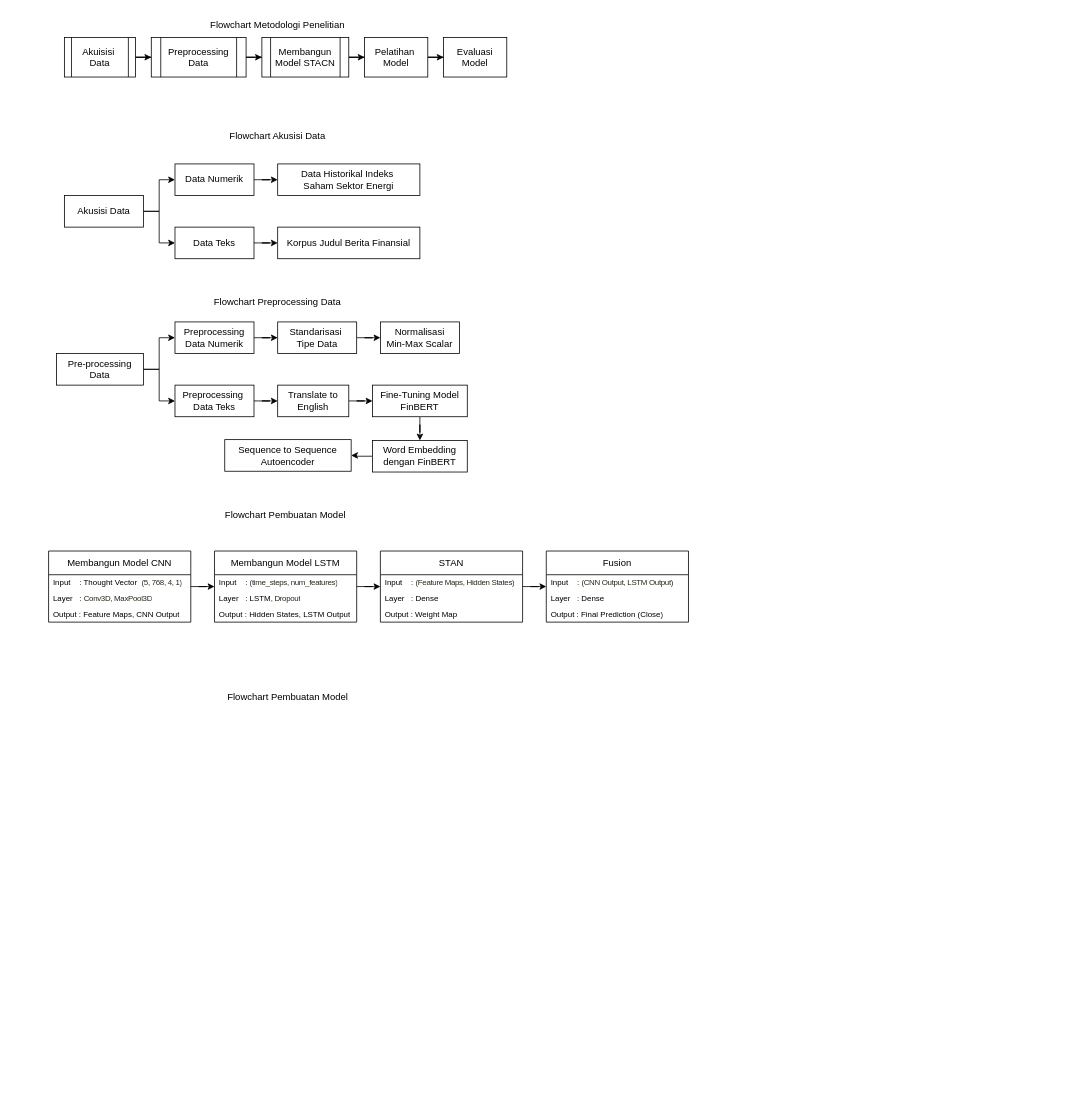
Above: Untitled Diagram.drawio in novitangrn/STACN (draw.io), before the change. Source tidied: cells renumbered, new cells numbered last; positions are measured from the earlier drawing's top-left corner, leaving out a move shared by most shapes. Both pictures are drawn from the tidied source at 79%, with x=0, y=0 at pixel (48, 13).
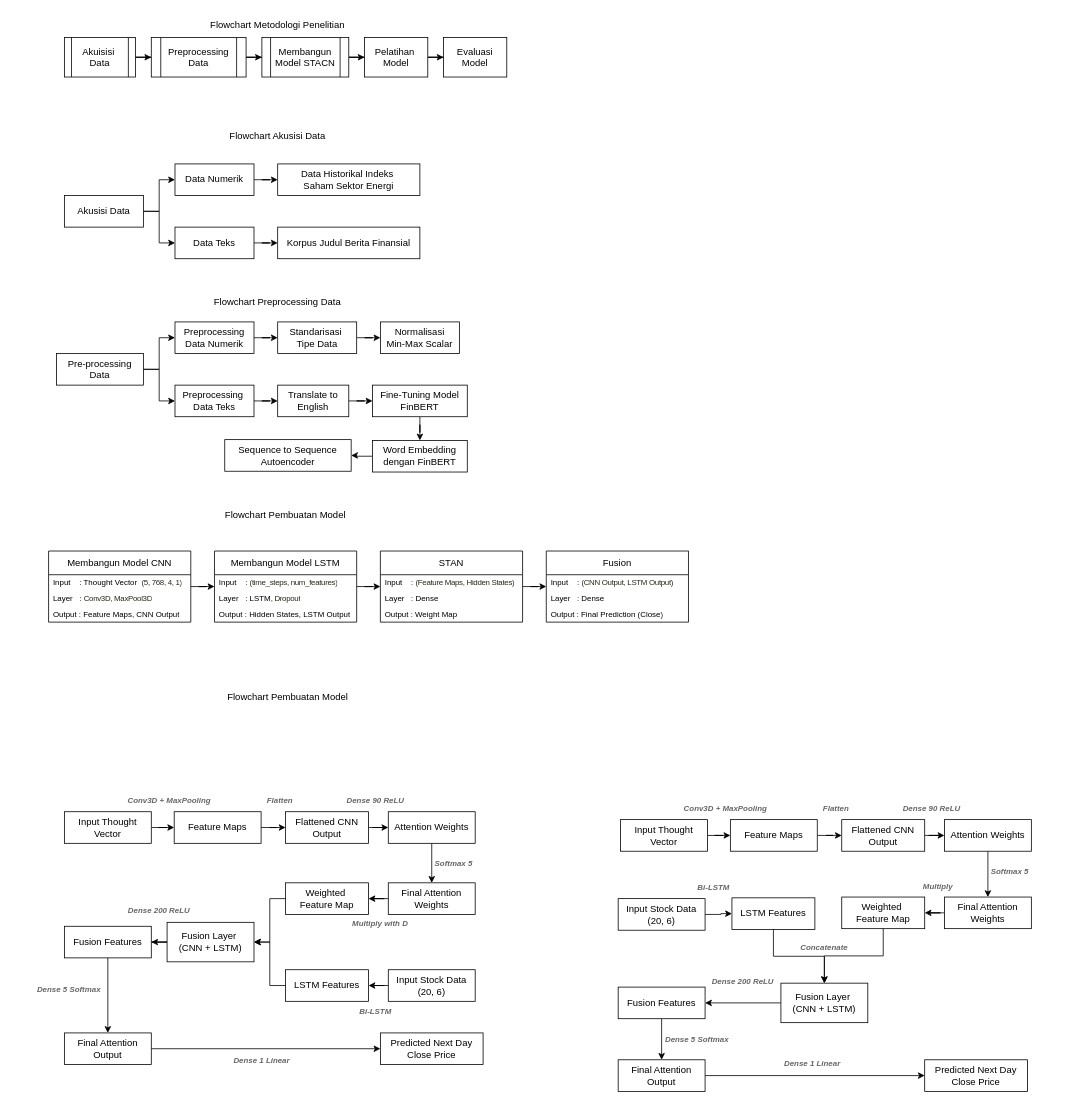
Above is the later version.

The edit, as a diff of the source:
```diff
@@
+    <mxCell id="61" style="edgeStyle=orthogonalEdgeStyle;rounded=0;jettySize=auto;html=1;" parent="1" edge="1" source="62" target="64">
+      <mxGeometry relative="1" as="geometry" />
+    </mxCell>
+    <mxCell id="62" value="Input Thought Vector" style="rounded=0;whiteSpace=wrap;html=1;" parent="1" vertex="1">
+      <mxGeometry x="20" y="1010" width="110" height="40" as="geometry" />
+    </mxCell>
+    <mxCell id="63" style="edgeStyle=orthogonalEdgeStyle;rounded=0;jettySize=auto;html=1;" parent="1" edge="1" source="64" target="66">
+      <mxGeometry relative="1" as="geometry" />
+    </mxCell>
+    <mxCell id="64" value="Feature Maps" style="rounded=0;whiteSpace=wrap;html=1;" parent="1" vertex="1">
+      <mxGeometry x="159" y="1010" width="110" height="40" as="geometry" />
+    </mxCell>
+    <mxCell id="65" style="edgeStyle=orthogonalEdgeStyle;rounded=0;jettySize=auto;html=1;" parent="1" edge="1" source="66" target="68">
+      <mxGeometry relative="1" as="geometry" />
+    </mxCell>
+    <mxCell id="66" value="Flattened CNN Output" style="rounded=0;whiteSpace=wrap;html=1;" parent="1" vertex="1">
+      <mxGeometry x="300" y="1010" width="105" height="40" as="geometry" />
+    </mxCell>
+    <mxCell id="67" style="edgeStyle=orthogonalEdgeStyle;rounded=0;jettySize=auto;html=1;" parent="1" edge="1" source="68" target="70">
+      <mxGeometry relative="1" as="geometry" />
+    </mxCell>
+    <mxCell id="68" value="Attention Weights" style="rounded=0;whiteSpace=wrap;html=1;" parent="1" vertex="1">
+      <mxGeometry x="430" y="1010" width="110" height="40" as="geometry" />
+    </mxCell>
+    <mxCell id="69" style="edgeStyle=orthogonalEdgeStyle;rounded=0;jettySize=auto;html=1;" parent="1" edge="1" source="70" target="71">
+      <mxGeometry relative="1" as="geometry" />
+    </mxCell>
+    <mxCell id="70" value="Final Attention Weights" style="rounded=0;whiteSpace=wrap;html=1;" parent="1" vertex="1">
+      <mxGeometry x="430" y="1100" width="110" height="40" as="geometry" />
+    </mxCell>
+    <mxCell id="71" value="Weighted&amp;nbsp;&lt;div&gt;Feature Map&lt;/div&gt;" style="rounded=0;whiteSpace=wrap;html=1;" parent="1" vertex="1">
+      <mxGeometry x="300" y="1100" width="105" height="40" as="geometry" />
+    </mxCell>
+    <mxCell id="72" style="edgeStyle=orthogonalEdgeStyle;rounded=0;jettySize=auto;html=1;" parent="1" edge="1" source="73" target="74">
+      <mxGeometry relative="1" as="geometry" />
+    </mxCell>
+    <mxCell id="73" value="Input Stock Data (20, 6)" style="rounded=0;whiteSpace=wrap;html=1;" parent="1" vertex="1">
+      <mxGeometry x="430" y="1210" width="110" height="40" as="geometry" />
+    </mxCell>
+    <mxCell id="74" value="LSTM Features" style="rounded=0;whiteSpace=wrap;html=1;" parent="1" vertex="1">
+      <mxGeometry x="300" y="1210" width="105" height="40" as="geometry" />
+    </mxCell>
+    <mxCell id="75" style="edgeStyle=orthogonalEdgeStyle;rounded=0;jettySize=auto;html=1;" parent="1" edge="1" source="76" target="78">
+      <mxGeometry relative="1" as="geometry" />
+    </mxCell>
+    <mxCell id="76" value="Fusion Layer&amp;nbsp;&lt;div&gt;(CNN + LSTM)&lt;/div&gt;" style="rounded=0;whiteSpace=wrap;html=1;" parent="1" vertex="1">
+      <mxGeometry x="150" y="1150" width="110" height="50" as="geometry" />
+    </mxCell>
+    <mxCell id="77" style="edgeStyle=orthogonalEdgeStyle;rounded=0;jettySize=auto;html=1;" parent="1" edge="1" source="78" target="80">
+      <mxGeometry relative="1" as="geometry" />
+    </mxCell>
+    <mxCell id="78" value="Fusion Features" style="rounded=0;whiteSpace=wrap;html=1;" parent="1" vertex="1">
+      <mxGeometry x="20" y="1155" width="110" height="40" as="geometry" />
+    </mxCell>
+    <mxCell id="79" style="edgeStyle=orthogonalEdgeStyle;rounded=0;jettySize=auto;html=1;" parent="1" edge="1" source="80" target="81">
+      <mxGeometry relative="1" as="geometry" />
+    </mxCell>
+    <mxCell id="80" value="Final Attention Output" style="rounded=0;whiteSpace=wrap;html=1;" parent="1" vertex="1">
+      <mxGeometry x="20" y="1290" width="110" height="40" as="geometry" />
+    </mxCell>
+    <mxCell id="81" value="Predicted Next Day Close Price" style="rounded=0;whiteSpace=wrap;html=1;" parent="1" vertex="1">
+      <mxGeometry x="420" y="1290" width="130" height="40" as="geometry" />
+    </mxCell>
+    <mxCell id="82" value="&lt;font style=&quot;color: rgb(102, 102, 102); font-size: 10px;&quot;&gt;&lt;b style=&quot;&quot;&gt;&lt;i&gt;Conv3D + MaxPooling&lt;/i&gt;&lt;/b&gt;&lt;/font&gt;" style="text;html=1;align=center;verticalAlign=middle;whiteSpace=wrap;rounded=0;" parent="1" vertex="1">
+      <mxGeometry x="83" y="980" width="140" height="30" as="geometry" />
+    </mxCell>
+    <mxCell id="83" value="&lt;font style=&quot;font-size: 10px; color: rgb(102, 102, 102);&quot;&gt;&lt;b&gt;&lt;i&gt;Flatten&lt;/i&gt;&lt;/b&gt;&lt;/font&gt;" style="text;html=1;align=center;verticalAlign=middle;whiteSpace=wrap;rounded=0;" parent="1" vertex="1">
+      <mxGeometry x="223" y="980" width="140" height="30" as="geometry" />
+    </mxCell>
+    <mxCell id="84" value="&lt;b&gt;&lt;i&gt;&lt;font style=&quot;font-size: 10px; color: light-dark(rgb(102, 102, 102), rgb(255, 255, 255));&quot;&gt;Dense 90 ReLU&lt;/font&gt;&lt;/i&gt;&lt;/b&gt;" style="text;html=1;align=center;verticalAlign=middle;whiteSpace=wrap;rounded=0;" parent="1" vertex="1">
+      <mxGeometry x="344" y="980" width="140" height="30" as="geometry" />
+    </mxCell>
+    <mxCell id="85" value="&lt;b&gt;&lt;i&gt;&lt;font style=&quot;font-size: 10px; color: rgb(102, 102, 102);&quot;&gt;Softmax 5&lt;/font&gt;&lt;/i&gt;&lt;/b&gt;" style="text;html=1;align=center;verticalAlign=middle;whiteSpace=wrap;rounded=0;" parent="1" vertex="1">
+      <mxGeometry x="443" y="1060" width="140" height="30" as="geometry" />
+    </mxCell>
+    <mxCell id="86" value="&lt;b&gt;&lt;i&gt;&lt;font style=&quot;font-size: 10px; color: rgb(102, 102, 102);&quot;&gt;Multiply with D&lt;/font&gt;&lt;/i&gt;&lt;/b&gt;" style="text;html=1;align=center;verticalAlign=middle;whiteSpace=wrap;rounded=0;" parent="1" vertex="1">
+      <mxGeometry x="350" y="1136" width="140" height="30" as="geometry" />
+    </mxCell>
+    <mxCell id="87" value="&lt;b&gt;&lt;i&gt;&lt;font style=&quot;font-size: 10px; color: rgb(102, 102, 102);&quot;&gt;Bi-LSTM&lt;/font&gt;&lt;/i&gt;&lt;/b&gt;" style="text;html=1;align=center;verticalAlign=middle;whiteSpace=wrap;rounded=0;" parent="1" vertex="1">
+      <mxGeometry x="344" y="1247" width="140" height="30" as="geometry" />
+    </mxCell>
+    <mxCell id="88" value="&lt;b&gt;&lt;i&gt;&lt;font style=&quot;font-size: 10px; color: rgb(102, 102, 102);&quot;&gt;Dense 200 ReLU&lt;/font&gt;&lt;/i&gt;&lt;/b&gt;" style="text;html=1;align=center;verticalAlign=middle;whiteSpace=wrap;rounded=0;" parent="1" vertex="1">
+      <mxGeometry x="70" y="1120" width="140" height="30" as="geometry" />
+    </mxCell>
+    <mxCell id="89" value="&lt;font style=&quot;font-size: 10px; color: rgb(102, 102, 102);&quot;&gt;&lt;b&gt;&lt;i&gt;Dense 5 Softmax&lt;/i&gt;&lt;/b&gt;&lt;/font&gt;" style="text;html=1;align=center;verticalAlign=middle;whiteSpace=wrap;rounded=0;" parent="1" vertex="1">
+      <mxGeometry x="-44" y="1220" width="140" height="30" as="geometry" />
+    </mxCell>
+    <mxCell id="90" value="&lt;b&gt;&lt;i&gt;&lt;font style=&quot;font-size: 10px; color: rgb(102, 102, 102);&quot;&gt;Dense 1 Linear&lt;/font&gt;&lt;/i&gt;&lt;/b&gt;" style="text;html=1;align=center;verticalAlign=middle;whiteSpace=wrap;rounded=0;" parent="1" vertex="1">
+      <mxGeometry x="200" y="1309" width="140" height="30" as="geometry" />
+    </mxCell>
+    <mxCell id="91" style="edgeStyle=orthogonalEdgeStyle;rounded=0;jettySize=auto;html=1;entryX=1;entryY=0.5;entryDx=0;entryDy=0;" parent="1" edge="1" source="71" target="76">
+      <mxGeometry relative="1" as="geometry">
+        <Array as="points">
+          <mxPoint x="280" y="1120" />
+          <mxPoint x="280" y="1175" />
+        </Array>
+      </mxGeometry>
+    </mxCell>
+    <mxCell id="92" style="edgeStyle=orthogonalEdgeStyle;rounded=0;jettySize=auto;html=1;entryX=1;entryY=0.5;entryDx=0;entryDy=0;exitX=0;exitY=0.5;exitDx=0;exitDy=0;" parent="1" edge="1" source="74" target="76">
+      <mxGeometry relative="1" as="geometry">
+        <Array as="points">
+          <mxPoint x="280" y="1230" />
+          <mxPoint x="280" y="1175" />
+        </Array>
+      </mxGeometry>
+    </mxCell>
+    <mxCell id="93" style="edgeStyle=orthogonalEdgeStyle;rounded=0;jettySize=auto;html=1;" parent="1" edge="1" source="94" target="96">
+      <mxGeometry relative="1" as="geometry" />
+    </mxCell>
+    <mxCell id="94" value="Input Thought Vector" style="rounded=0;whiteSpace=wrap;html=1;" parent="1" vertex="1">
+      <mxGeometry x="724" y="1020" width="110" height="40" as="geometry" />
+    </mxCell>
+    <mxCell id="95" style="edgeStyle=orthogonalEdgeStyle;rounded=0;jettySize=auto;html=1;" parent="1" edge="1" source="96" target="98">
+      <mxGeometry relative="1" as="geometry" />
+    </mxCell>
+    <mxCell id="96" value="Feature Maps" style="rounded=0;whiteSpace=wrap;html=1;" parent="1" vertex="1">
+      <mxGeometry x="863" y="1020" width="110" height="40" as="geometry" />
+    </mxCell>
+    <mxCell id="97" style="edgeStyle=orthogonalEdgeStyle;rounded=0;jettySize=auto;html=1;" parent="1" edge="1" source="98" target="100">
+      <mxGeometry relative="1" as="geometry" />
+    </mxCell>
+    <mxCell id="98" value="Flattened CNN Output" style="rounded=0;whiteSpace=wrap;html=1;" parent="1" vertex="1">
+      <mxGeometry x="1004" y="1020" width="105" height="40" as="geometry" />
+    </mxCell>
+    <mxCell id="99" style="edgeStyle=orthogonalEdgeStyle;rounded=0;jettySize=auto;html=1;" parent="1" edge="1" source="100" target="102">
+      <mxGeometry relative="1" as="geometry" />
+    </mxCell>
+    <mxCell id="100" value="Attention Weights" style="rounded=0;whiteSpace=wrap;html=1;" parent="1" vertex="1">
+      <mxGeometry x="1134" y="1020" width="110" height="40" as="geometry" />
+    </mxCell>
+    <mxCell id="101" style="edgeStyle=orthogonalEdgeStyle;rounded=0;jettySize=auto;html=1;" parent="1" edge="1" source="102" target="104">
+      <mxGeometry relative="1" as="geometry" />
+    </mxCell>
+    <mxCell id="102" value="Final Attention Weights" style="rounded=0;whiteSpace=wrap;html=1;" parent="1" vertex="1">
+      <mxGeometry x="1134" y="1118" width="110" height="40" as="geometry" />
+    </mxCell>
+    <mxCell id="103" style="edgeStyle=orthogonalEdgeStyle;rounded=0;jettySize=auto;html=1;entryX=0.5;entryY=0;entryDx=0;entryDy=0;" parent="1" edge="1" source="104" target="110">
+      <mxGeometry relative="1" as="geometry" />
+    </mxCell>
+    <mxCell id="104" value="Weighted&amp;nbsp;&lt;div&gt;Feature Map&lt;/div&gt;" style="rounded=0;whiteSpace=wrap;html=1;" parent="1" vertex="1">
+      <mxGeometry x="1004" y="1118" width="105" height="40" as="geometry" />
+    </mxCell>
+    <mxCell id="105" style="edgeStyle=orthogonalEdgeStyle;rounded=0;jettySize=auto;html=1;" parent="1" edge="1" source="106" target="108">
+      <mxGeometry relative="1" as="geometry" />
+    </mxCell>
+    <mxCell id="106" value="Input Stock Data (20, 6)" style="rounded=0;whiteSpace=wrap;html=1;" parent="1" vertex="1">
+      <mxGeometry x="721" y="1120" width="110" height="40" as="geometry" />
+    </mxCell>
+    <mxCell id="107" style="edgeStyle=orthogonalEdgeStyle;rounded=0;jettySize=auto;html=1;" parent="1" edge="1" source="108" target="110">
+      <mxGeometry relative="1" as="geometry" />
+    </mxCell>
+    <mxCell id="108" value="LSTM Features" style="rounded=0;whiteSpace=wrap;html=1;" parent="1" vertex="1">
+      <mxGeometry x="865" y="1119" width="105" height="40" as="geometry" />
+    </mxCell>
+    <mxCell id="109" style="edgeStyle=orthogonalEdgeStyle;rounded=0;jettySize=auto;html=1;" parent="1" edge="1" source="110" target="112">
+      <mxGeometry relative="1" as="geometry" />
+    </mxCell>
+    <mxCell id="110" value="Fusion Layer&amp;nbsp;&lt;div&gt;(CNN + LSTM)&lt;/div&gt;" style="rounded=0;whiteSpace=wrap;html=1;" parent="1" vertex="1">
+      <mxGeometry x="927" y="1227" width="110" height="50" as="geometry" />
+    </mxCell>
+    <mxCell id="111" style="edgeStyle=orthogonalEdgeStyle;rounded=0;jettySize=auto;html=1;" parent="1" edge="1" source="112" target="114">
+      <mxGeometry relative="1" as="geometry" />
+    </mxCell>
+    <mxCell id="112" value="Fusion Features" style="rounded=0;whiteSpace=wrap;html=1;" parent="1" vertex="1">
+      <mxGeometry x="721" y="1232" width="110" height="40" as="geometry" />
+    </mxCell>
+    <mxCell id="113" style="edgeStyle=orthogonalEdgeStyle;rounded=0;jettySize=auto;html=1;entryX=0;entryY=0.5;entryDx=0;entryDy=0;" parent="1" edge="1" source="114" target="115">
+      <mxGeometry relative="1" as="geometry" />
+    </mxCell>
+    <mxCell id="114" value="Final Attention Output" style="rounded=0;whiteSpace=wrap;html=1;" parent="1" vertex="1">
+      <mxGeometry x="721" y="1324" width="110" height="40" as="geometry" />
+    </mxCell>
+    <mxCell id="115" value="Predicted Next Day Close Price" style="rounded=0;whiteSpace=wrap;html=1;" parent="1" vertex="1">
+      <mxGeometry x="1109" y="1324" width="130" height="40" as="geometry" />
+    </mxCell>
+    <mxCell id="116" value="&lt;font style=&quot;color: rgb(102, 102, 102); font-size: 10px;&quot;&gt;&lt;b style=&quot;&quot;&gt;&lt;i&gt;Conv3D + MaxPooling&lt;/i&gt;&lt;/b&gt;&lt;/font&gt;" style="text;html=1;align=center;verticalAlign=middle;whiteSpace=wrap;rounded=0;" parent="1" vertex="1">
+      <mxGeometry x="787" y="990" width="140" height="30" as="geometry" />
+    </mxCell>
+    <mxCell id="117" value="&lt;font style=&quot;font-size: 10px; color: rgb(102, 102, 102);&quot;&gt;&lt;b&gt;&lt;i&gt;Flatten&lt;/i&gt;&lt;/b&gt;&lt;/font&gt;" style="text;html=1;align=center;verticalAlign=middle;whiteSpace=wrap;rounded=0;" parent="1" vertex="1">
+      <mxGeometry x="927" y="990" width="140" height="30" as="geometry" />
+    </mxCell>
+    <mxCell id="118" value="&lt;b&gt;&lt;i&gt;&lt;font style=&quot;font-size: 10px; color: light-dark(rgb(102, 102, 102), rgb(255, 255, 255));&quot;&gt;Dense 90 ReLU&lt;/font&gt;&lt;/i&gt;&lt;/b&gt;" style="text;html=1;align=center;verticalAlign=middle;whiteSpace=wrap;rounded=0;" parent="1" vertex="1">
+      <mxGeometry x="1048" y="990" width="140" height="30" as="geometry" />
+    </mxCell>
+    <mxCell id="119" value="&lt;b&gt;&lt;i&gt;&lt;font style=&quot;font-size: 10px; color: rgb(102, 102, 102);&quot;&gt;Softmax 5&lt;/font&gt;&lt;/i&gt;&lt;/b&gt;" style="text;html=1;align=center;verticalAlign=middle;whiteSpace=wrap;rounded=0;" parent="1" vertex="1">
+      <mxGeometry x="1147" y="1070" width="140" height="30" as="geometry" />
+    </mxCell>
+    <mxCell id="120" value="&lt;b&gt;&lt;i&gt;&lt;font style=&quot;font-size: 10px; color: rgb(102, 102, 102);&quot;&gt;Multiply&lt;/font&gt;&lt;/i&gt;&lt;/b&gt;" style="text;html=1;align=center;verticalAlign=middle;whiteSpace=wrap;rounded=0;" parent="1" vertex="1">
+      <mxGeometry x="1056" y="1089" width="140" height="30" as="geometry" />
+    </mxCell>
+    <mxCell id="121" value="&lt;b&gt;&lt;i&gt;&lt;font style=&quot;font-size: 10px; color: rgb(102, 102, 102);&quot;&gt;Bi-LSTM&lt;/font&gt;&lt;/i&gt;&lt;/b&gt;" style="text;html=1;align=center;verticalAlign=middle;whiteSpace=wrap;rounded=0;" parent="1" vertex="1">
+      <mxGeometry x="772" y="1090" width="140" height="30" as="geometry" />
+    </mxCell>
+    <mxCell id="122" value="&lt;b&gt;&lt;i&gt;&lt;font style=&quot;font-size: 10px; color: rgb(102, 102, 102);&quot;&gt;Dense 200 ReLU&lt;/font&gt;&lt;/i&gt;&lt;/b&gt;" style="text;html=1;align=center;verticalAlign=middle;whiteSpace=wrap;rounded=0;" parent="1" vertex="1">
+      <mxGeometry x="809" y="1210" width="140" height="30" as="geometry" />
+    </mxCell>
+    <mxCell id="123" value="&lt;font style=&quot;font-size: 10px; color: rgb(102, 102, 102);&quot;&gt;&lt;b&gt;&lt;i&gt;Dense 5 Softmax&lt;/i&gt;&lt;/b&gt;&lt;/font&gt;" style="text;html=1;align=center;verticalAlign=middle;whiteSpace=wrap;rounded=0;" parent="1" vertex="1">
+      <mxGeometry x="751" y="1283" width="140" height="30" as="geometry" />
+    </mxCell>
+    <mxCell id="124" value="&lt;b&gt;&lt;i&gt;&lt;font style=&quot;font-size: 10px; color: rgb(102, 102, 102);&quot;&gt;Dense 1 Linear&lt;/font&gt;&lt;/i&gt;&lt;/b&gt;" style="text;html=1;align=center;verticalAlign=middle;whiteSpace=wrap;rounded=0;" parent="1" vertex="1">
+      <mxGeometry x="897" y="1313" width="140" height="30" as="geometry" />
+    </mxCell>
+    <mxCell id="125" value="&lt;b&gt;&lt;i&gt;&lt;font style=&quot;font-size: 10px; color: rgb(102, 102, 102);&quot;&gt;Concatenate&lt;/font&gt;&lt;/i&gt;&lt;/b&gt;" style="text;html=1;align=center;verticalAlign=middle;whiteSpace=wrap;rounded=0;" parent="1" vertex="1">
+      <mxGeometry x="912" y="1167" width="140" height="30" as="geometry" />
+    </mxCell>
```
